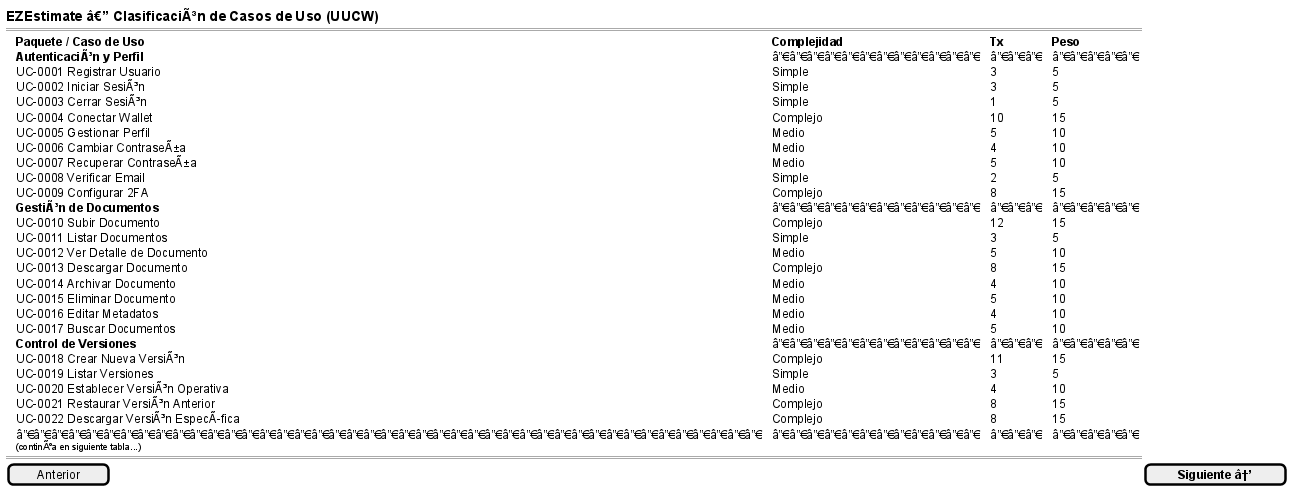
Above: anexos/diagramas/ezestimate-uc-1.png in ErDeivih/DocumentChain (PlantUML), before the change.
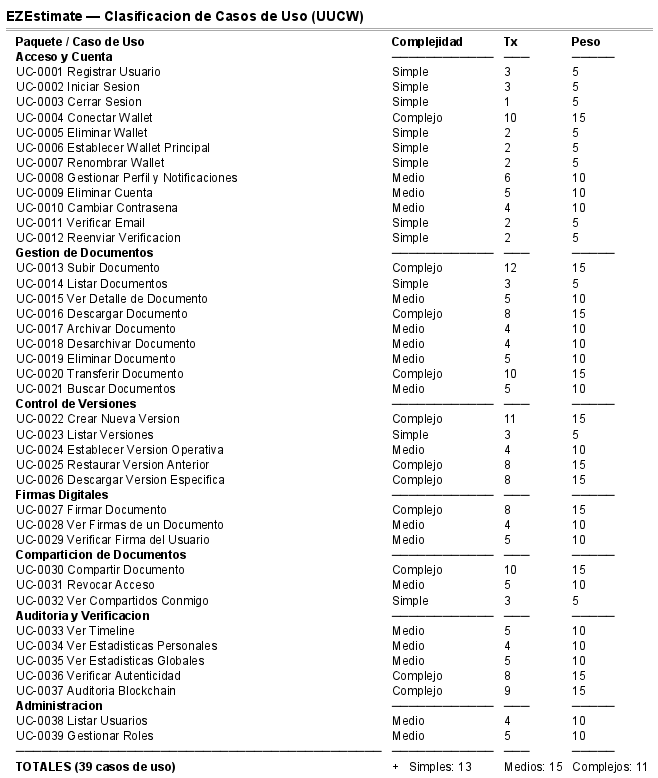
After the change.

Change to the diagram source:
```diff
@@ -1,38 +1,58 @@
 @startsalt
 {
-  <b><size:14>EZEstimate â€” ClasificaciÃ³n de Casos de Uso (UUCW)</size></b>
+  <b><size:14>EZEstimate — Clasificacion de Casos de Uso (UUCW)</size></b>
   ==
   {T
    + <b>Paquete / Caso de Uso</b>                    | <b>Complejidad</b> | <b>Tx</b> | <b>Peso</b>
-   + <b>AutenticaciÃ³n y Perfil</b>                   | â”€â”€â”€â”€â”€â”€â”€â”€â”€â”€â”€â”€ | â”€â”€â”€ | â”€â”€â”€â”€â”€
+   + <b>Acceso y Cuenta</b>                          | ──────────── | ─── | ─────
    +   UC-0001 Registrar Usuario                 | Simple        |  3  |   5
-   +   UC-0002 Iniciar SesiÃ³n                    | Simple        |  3  |   5
-   +   UC-0003 Cerrar SesiÃ³n                     | Simple        |  1  |   5
-  +   UC-0004 Conectar Wallet                   | Complejo      | 10  |  15
-   +   UC-0005 Gestionar Perfil                  | Medio         |  5  |  10
-   +   UC-0006 Cambiar ContraseÃ±a                | Medio         |  4  |  10
-   +   UC-0007 Recuperar ContraseÃ±a              | Medio         |  5  |  10
-   +   UC-0008 Verificar Email                   | Simple        |  2  |   5
-   +   UC-0009 Configurar 2FA                    | Complejo      |  8  |  15
-   + <b>GestiÃ³n de Documentos</b>                    | â”€â”€â”€â”€â”€â”€â”€â”€â”€â”€â”€â”€ | â”€â”€â”€ | â”€â”€â”€â”€â”€
-   +   UC-0010 Subir Documento                   | Complejo      | 12  |  15
-   +   UC-0011 Listar Documentos                 | Simple        |  3  |   5
-   +   UC-0012 Ver Detalle de Documento          | Medio         |  5  |  10
-   +   UC-0013 Descargar Documento               | Complejo      |  8  |  15
-   +   UC-0014 Archivar Documento                | Medio         |  4  |  10
-   +   UC-0015 Eliminar Documento                | Medio         |  5  |  10
-   +   UC-0016 Editar Metadatos                  | Medio         |  4  |  10
-   +   UC-0017 Buscar Documentos                 | Medio         |  5  |  10
-   + <b>Control de Versiones</b>                     | â”€â”€â”€â”€â”€â”€â”€â”€â”€â”€â”€â”€ | â”€â”€â”€ | â”€â”€â”€â”€â”€
-   +   UC-0018 Crear Nueva VersiÃ³n               | Complejo      | 11  |  15
-   +   UC-0019 Listar Versiones                  | Simple        |  3  |   5
-   +   UC-0020 Establecer VersiÃ³n Operativa      | Medio         |  4  |  10
-   +   UC-0021 Restaurar VersiÃ³n Anterior        | Complejo      |  8  |  15
-   +   UC-0022 Descargar VersiÃ³n EspecÃ­fica      | Complejo      |  8  |  15
-   + â”€â”€â”€â”€â”€â”€â”€â”€â”€â”€â”€â”€â”€â”€â”€â”€â”€â”€â”€â”€â”€â”€â”€â”€â”€â”€â”€â”€â”€â”€â”€â”€â”€â”€â”€â”€â”€â”€â”€â”€â”€â”€â”€ | â”€â”€â”€â”€â”€â”€â”€â”€â”€â”€â”€â”€ | â”€â”€â”€ | â”€â”€â”€â”€â”€
-   + <sub>(continÃºa en siguiente tabla...)</sub>  |              |     |
+   +   UC-0002 Iniciar Sesion                    | Simple        |  3  |   5
+   +   UC-0003 Cerrar Sesion                     | Simple        |  1  |   5
+   +   UC-0004 Conectar Wallet                   | Complejo      | 10  |  15
+   +   UC-0005 Eliminar Wallet                   | Simple        |  2  |   5
+   +   UC-0006 Establecer Wallet Principal       | Simple        |  2  |   5
+   +   UC-0007 Renombrar Wallet                  | Simple        |  2  |   5
+   +   UC-0008 Gestionar Perfil y Notificaciones | Medio         |  6  |  10
+   +   UC-0009 Eliminar Cuenta                   | Medio         |  5  |  10
+   +   UC-0010 Cambiar Contrasena                | Medio         |  4  |  10
+   +   UC-0011 Verificar Email                   | Simple        |  2  |   5
+   +   UC-0012 Reenviar Verificacion             | Simple        |  2  |   5
+   + <b>Gestion de Documentos</b>                    | ──────────── | ─── | ─────
+   +   UC-0013 Subir Documento                   | Complejo      | 12  |  15
+   +   UC-0014 Listar Documentos                 | Simple        |  3  |   5
+   +   UC-0015 Ver Detalle de Documento          | Medio         |  5  |  10
+   +   UC-0016 Descargar Documento               | Complejo      |  8  |  15
+   +   UC-0017 Archivar Documento                | Medio         |  4  |  10
+   +   UC-0018 Desarchivar Documento             | Medio         |  4  |  10
+   +   UC-0019 Eliminar Documento                | Medio         |  5  |  10
+   +   UC-0020 Transferir Documento              | Complejo      | 10  |  15
+   +   UC-0021 Buscar Documentos                 | Medio         |  5  |  10
+   + <b>Control de Versiones</b>                     | ──────────── | ─── | ─────
+   +   UC-0022 Crear Nueva Version               | Complejo      | 11  |  15
+   +   UC-0023 Listar Versiones                  | Simple        |  3  |   5
+   +   UC-0024 Establecer Version Operativa      | Medio         |  4  |  10
+   +   UC-0025 Restaurar Version Anterior        | Complejo      |  8  |  15
+   +   UC-0026 Descargar Version Especifica      | Complejo      |  8  |  15
+   + <b>Firmas Digitales</b>                          | ──────────── | ─── | ─────
+   +   UC-0027 Firmar Documento                  | Complejo      |  8  |  15
+   +   UC-0028 Ver Firmas de un Documento        | Medio         |  4  |  10
+   +   UC-0029 Verificar Firma del Usuario       | Medio         |  5  |  10
+   + <b>Comparticion de Documentos</b>               | ──────────── | ─── | ─────
+   +   UC-0030 Compartir Documento               | Complejo      | 10  |  15
+   +   UC-0031 Revocar Acceso                    | Medio         |  5  |  10
+   +   UC-0032 Ver Compartidos Conmigo           | Simple        |  3  |   5
+   + <b>Auditoria y Verificacion</b>                 | ──────────── | ─── | ─────
+   +   UC-0033 Ver Timeline                      | Medio         |  5  |  10
+   +   UC-0034 Ver Estadisticas Personales       | Medio         |  4  |  10
+   +   UC-0035 Ver Estadisticas Globales         | Medio         |  5  |  10
+   +   UC-0036 Verificar Autenticidad            | Complejo      |  8  |  15
+   +   UC-0037 Auditoria Blockchain              | Complejo      |  9  |  15
+   + <b>Administracion</b>                            | ──────────── | ─── | ─────
+   +   UC-0038 Listar Usuarios                   | Medio         |  4  |  10
+   +   UC-0039 Gestionar Roles                   | Medio         |  5  |  10
+   + ─────────────────────────────────────────── | ──────────── | ─── | ─────
+   + <b>TOTALES (39 casos de uso)</b>                |              |     |
+   +   Simples: 13 | Medios: 15 | Complejos: 11   |              |     |
   }
-  ==
-  [  Anterior  ] | [  <b>Siguiente â†’</b>  ]
 }
 @endsalt
```
